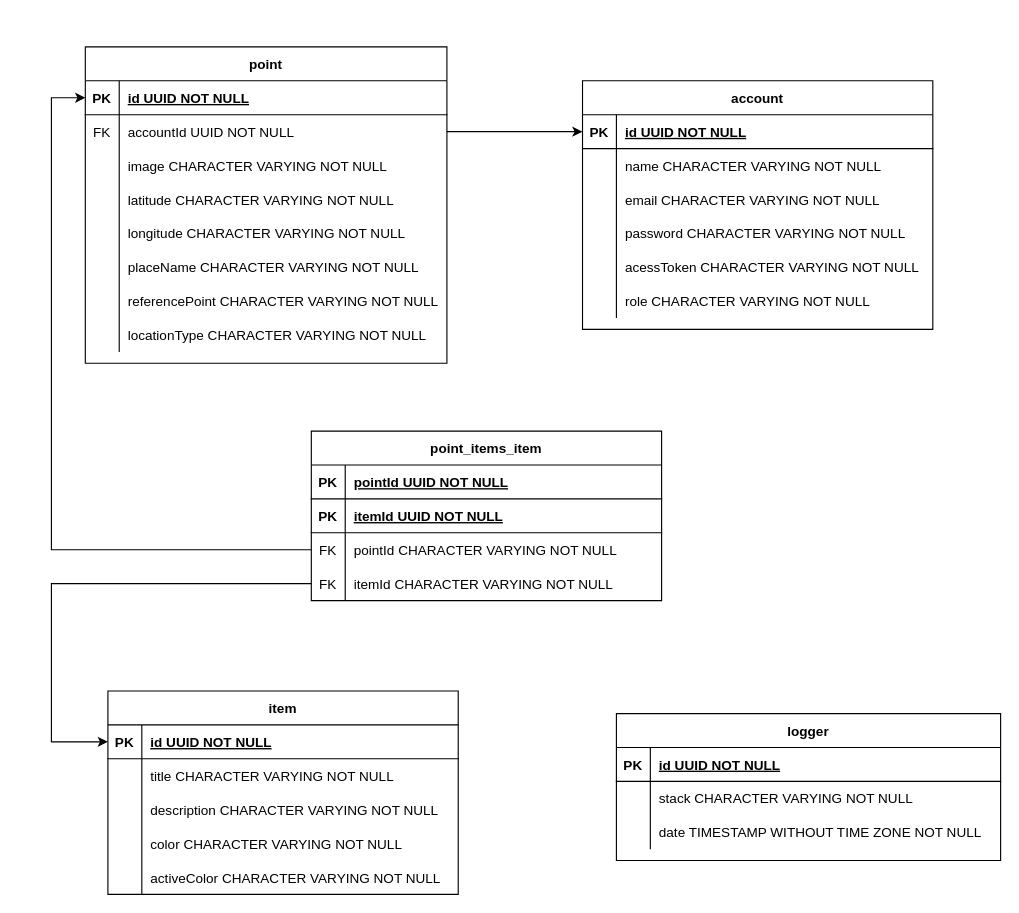
The draw.io diagram banco_de_dados_tcc.drawio in eric218110/drawio, before the edit. Source tidied: cells renumbered, new cells numbered last; positions are measured from the earlier drawing's top-left corner, leaving out a move shared by most shapes. Both pictures are drawn from the tidied source at 113%, with x=0, y=0 at pixel (51, 46).
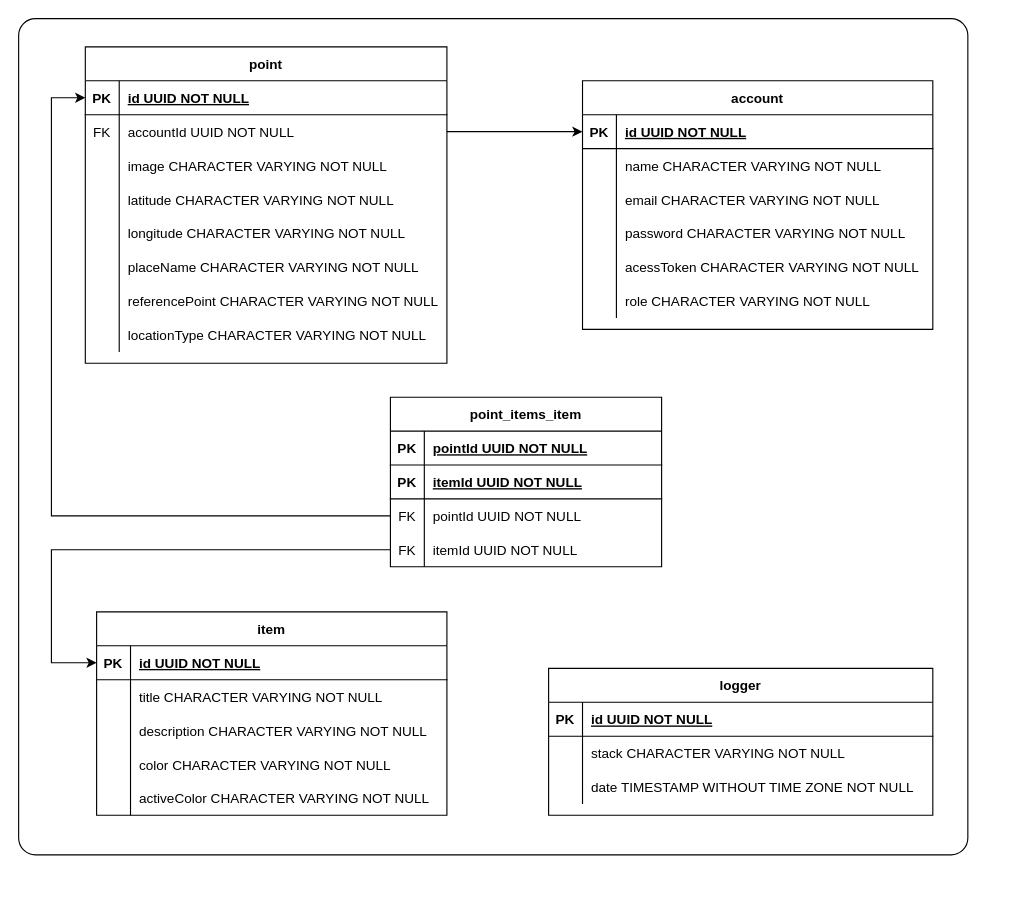
Above is the later version.

The change refers to these unchanged cells:
```xml
<mxCell id="3" style="shape=partialRectangle;fillColor=none;points=[[0,0.5],[1,0.5]];portConstraint=eastwest;top=0;left=0;right=0;bottom=1;" parent="2" vertex="1">
  <mxGeometry y="30" width="320" height="30" as="geometry" />
</mxCell>
<mxCell id="50" style="shape=partialRectangle;fillColor=none;points=[[0,0.5],[1,0.5]];portConstraint=eastwest;top=0;left=0;right=0;bottom=1;" parent="49" vertex="1">
  <mxGeometry y="30" width="310" height="30" as="geometry" />
</mxCell>
```

What changed in the source:
```diff
@@
     <mxCell id="47" style="edgeStyle=orthogonalEdgeStyle;rounded=0;jettySize=auto;html=1;exitX=0;exitY=0.5;exitDx=0;exitDy=0;entryX=0;entryY=0.5;entryDx=0;entryDy=0;" parent="1" edge="1" source="82" target="3">
       <mxGeometry relative="1" as="geometry">
         <Array as="points">
-          <mxPoint y="445" />
+          <mxPoint y="415" />
           <mxPoint y="45" />
         </Array>
       </mxGeometry>
     </mxCell>
-    <mxCell id="48" style="edgeStyle=orthogonalEdgeStyle;rounded=0;jettySize=auto;html=1;exitX=0;exitY=0.5;exitDx=0;exitDy=0;entryX=0;entryY=0.5;entryDx=0;entryDy=0;" parent="1" edge="1" source="85" target="50">
-      <mxGeometry relative="1" as="geometry">
-        <Array as="points">
-          <mxPoint y="475" />
-          <mxPoint y="615" />
-        </Array>
-      </mxGeometry>
-    </mxCell>
     <mxCell id="49" value="item" style="shape=table;startSize=30;childLayout=tableLayout;rowLines=0;fontStyle=1;align=center;" parent="1" vertex="1">
-      <mxGeometry x="50" y="570" width="310" height="180" as="geometry" />
+      <mxGeometry x="40" y="500" width="310" height="180" as="geometry" />
     </mxCell>
@@
     <mxCell id="65" value="logger" style="shape=table;startSize=30;childLayout=tableLayout;rowLines=0;fontStyle=1;align=center;" parent="1" vertex="1">
-      <mxGeometry x="500" y="590" width="340" height="130" as="geometry" />
+      <mxGeometry x="440" y="550" width="340" height="130" as="geometry" />
     </mxCell>
@@
     <mxCell id="75" value="point_items_item" style="shape=table;startSize=30;childLayout=tableLayout;rowLines=0;fontStyle=1;align=center;" parent="1" vertex="1">
-      <mxGeometry x="230" y="340" width="310" height="150" as="geometry" />
+      <mxGeometry x="300" y="310" width="240" height="150" as="geometry" />
     </mxCell>
     <mxCell id="76" style="shape=partialRectangle;fillColor=none;top=0;left=0;right=0;bottom=1;" parent="75" vertex="1">
-      <mxGeometry y="30" width="310" height="30" as="geometry" />
+      <mxGeometry y="30" width="240" height="30" as="geometry" />
     </mxCell>
@@
     <mxCell id="78" value="pointId UUID NOT NULL " style="shape=partialRectangle;overflow=hidden;fillColor=none;top=0;left=0;bottom=0;right=0;align=left;spacingLeft=6;fontStyle=5;" parent="76" vertex="1">
-      <mxGeometry x="30" width="280" height="30" as="geometry" />
+      <mxGeometry x="30" width="210" height="30" as="geometry" />
     </mxCell>
     <mxCell id="79" style="shape=partialRectangle;fillColor=none;top=0;left=0;right=0;bottom=1;" parent="75" vertex="1">
-      <mxGeometry y="60" width="310" height="30" as="geometry" />
+      <mxGeometry y="60" width="240" height="30" as="geometry" />
     </mxCell>
@@
     <mxCell id="81" value="itemId UUID NOT NULL " style="shape=partialRectangle;overflow=hidden;fillColor=none;top=0;left=0;bottom=0;right=0;align=left;spacingLeft=6;fontStyle=5;" parent="79" vertex="1">
-      <mxGeometry x="30" width="280" height="30" as="geometry" />
+      <mxGeometry x="30" width="210" height="30" as="geometry" />
     </mxCell>
     <mxCell id="82" style="shape=partialRectangle;fillColor=none;points=[[0,0.5],[1,0.5]];portConstraint=eastwest;top=0;left=0;right=0;bottom=0;" parent="75" vertex="1">
-      <mxGeometry y="90" width="310" height="30" as="geometry" />
+      <mxGeometry y="90" width="240" height="30" as="geometry" />
     </mxCell>
@@
-    <mxCell id="84" value="pointId CHARACTER VARYING NOT NULL" style="shape=partialRectangle;overflow=hidden;fillColor=none;top=0;left=0;bottom=0;right=0;align=left;spacingLeft=6;" parent="82" vertex="1">
-      <mxGeometry x="30" width="280" height="30" as="geometry" />
+    <mxCell id="84" value="pointId UUID NOT NULL" style="shape=partialRectangle;overflow=hidden;fillColor=none;top=0;left=0;bottom=0;right=0;align=left;spacingLeft=6;" parent="82" vertex="1">
+      <mxGeometry x="30" width="210" height="30" as="geometry" />
     </mxCell>
     <mxCell id="85" style="shape=partialRectangle;fillColor=none;points=[[0,0.5],[1,0.5]];portConstraint=eastwest;top=0;left=0;right=0;bottom=0;" parent="75" vertex="1">
-      <mxGeometry y="120" width="310" height="30" as="geometry" />
+      <mxGeometry y="120" width="240" height="30" as="geometry" />
     </mxCell>
@@
-    <mxCell id="87" value="itemId CHARACTER VARYING NOT NULL" style="shape=partialRectangle;overflow=hidden;fillColor=none;top=0;left=0;bottom=0;right=0;align=left;spacingLeft=6;" parent="85" vertex="1">
-      <mxGeometry x="30" width="280" height="30" as="geometry" />
+    <mxCell id="87" value="itemId UUID NOT NULL" style="shape=partialRectangle;overflow=hidden;fillColor=none;top=0;left=0;bottom=0;right=0;align=left;spacingLeft=6;" parent="85" vertex="1">
+      <mxGeometry x="30" width="210" height="30" as="geometry" />
     </mxCell>
+    <mxCell id="48" style="edgeStyle=orthogonalEdgeStyle;rounded=0;jettySize=auto;html=1;exitX=0;exitY=0.5;exitDx=0;exitDy=0;entryX=0;entryY=0.5;entryDx=0;entryDy=0;" parent="1" edge="1" source="85" target="50">
+      <mxGeometry relative="1" as="geometry">
+        <Array as="points">
+          <mxPoint y="445" />
+          <mxPoint y="545" />
+        </Array>
+      </mxGeometry>
+    </mxCell>
+    <mxCell id="88" style="rounded=1;whiteSpace=wrap;html=1;fillColor=none;arcSize=2;" parent="1" vertex="1">
+      <mxGeometry x="-29" y="-25" width="840" height="740" as="geometry" />
+    </mxCell>
```
